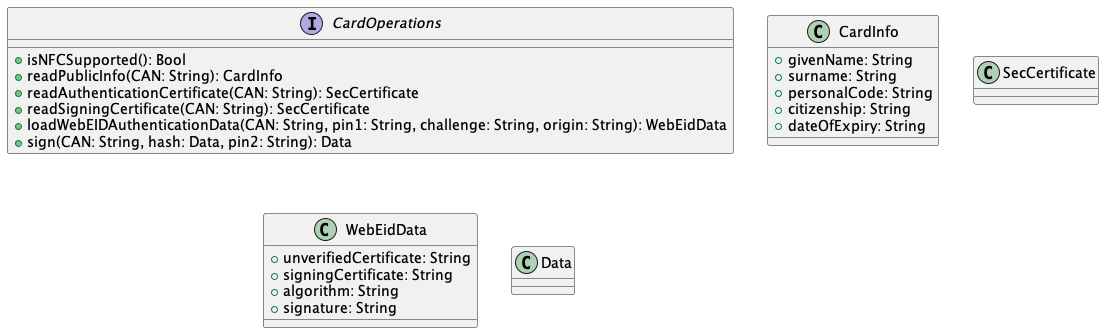
Before: docs/protocol.png, a diagram exported from PlantUML (open-eid/nfc-iOS-lib).
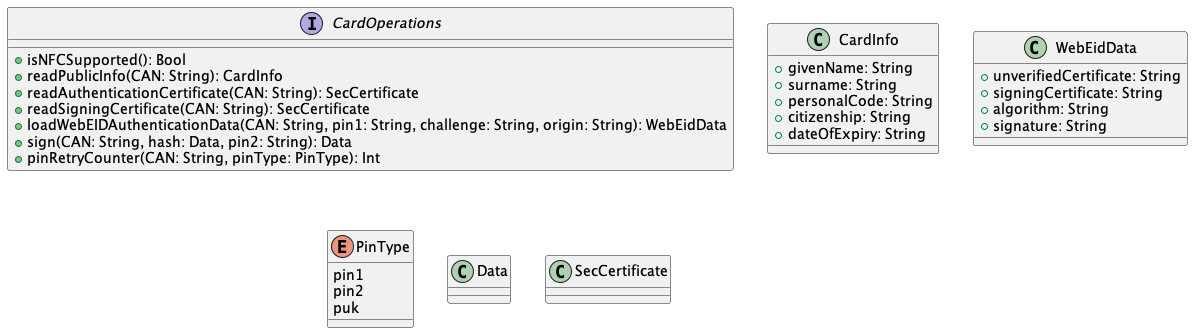
Later version of the same file.

The edit, as a diff of the source:
```diff
@@ -10,6 +10,7 @@
     + readSigningCertificate(CAN: String): SecCertificate
     + loadWebEIDAuthenticationData(CAN: String, pin1: String, challenge: String, origin: String): WebEidData
     + sign(CAN: String, hash: Data, pin2: String): Data
+    + pinRetryCounter(CAN: String, pinType: PinType): Int
 }
 
 class CardInfo {
@@ -20,9 +21,6 @@
     + dateOfExpiry: String
 }
 
-
-class SecCertificate
-
 class WebEidData {
     + unverifiedCertificate: String
     + signingCertificate: String
@@ -30,6 +28,14 @@
     + signature: String
 }
 
+enum PinType {
+    pin1
+    pin2
+    puk
+}
+
 class Data
 
+class SecCertificate
+
 @enduml
```
